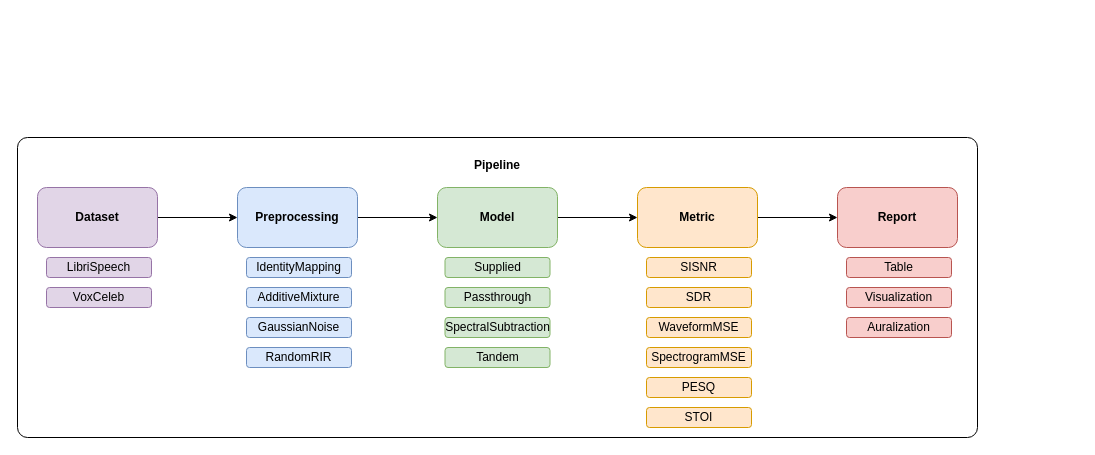
The draw.io diagram resources/speech-sep-eval.drawio in rasthh/speech-sep-eval, before the edit. Source tidied: cells renumbered, new cells numbered last; positions are measured from the earlier drawing's top-left corner, leaving out a move shared by most shapes. Both pictures are drawn from the tidied source at 100%, with x=0, y=0 at pixel (17, 137).
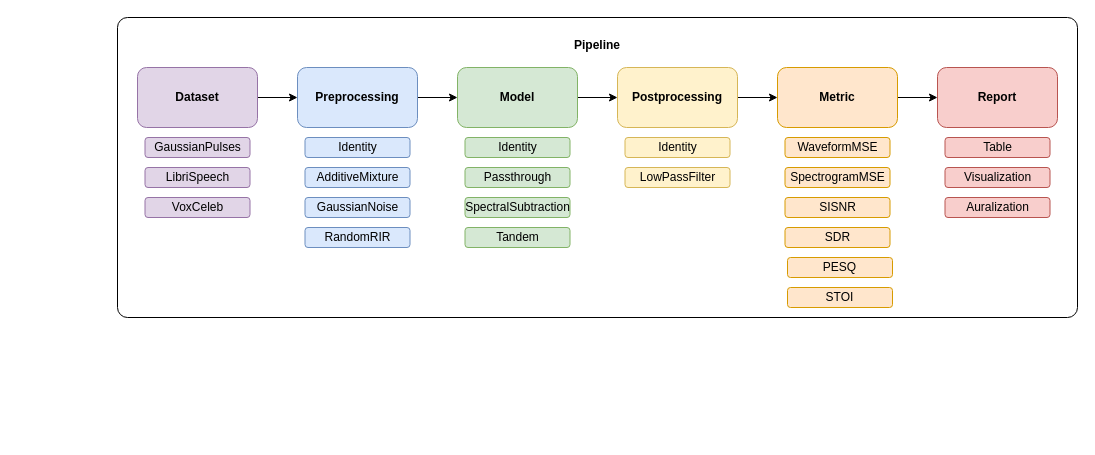
Above is the later version.

The edit, as a diff of the source:
```diff
@@
     <mxCell id="2" value="&lt;div&gt;&lt;b&gt;Pipeline&lt;br&gt;&lt;/b&gt;&lt;/div&gt;&lt;div&gt;&lt;br&gt;&lt;/div&gt;&lt;div&gt;&lt;br&gt;&lt;/div&gt;&lt;div&gt;&lt;br&gt;&lt;/div&gt;&lt;div&gt;&lt;br&gt;&lt;/div&gt;&lt;div&gt;&lt;br&gt;&lt;/div&gt;&lt;div&gt;&lt;br&gt;&lt;/div&gt;&lt;div&gt;&lt;br&gt;&lt;/div&gt;&lt;div&gt;&lt;br&gt;&lt;/div&gt;&lt;div&gt;&lt;br&gt;&lt;/div&gt;&lt;div&gt;&lt;br&gt;&lt;/div&gt;&lt;div&gt;&lt;br&gt;&lt;/div&gt;&lt;div&gt;&lt;br&gt;&lt;/div&gt;&lt;div&gt;&lt;br&gt;&lt;/div&gt;&lt;div&gt;&lt;br&gt;&lt;/div&gt;&lt;div&gt;&lt;br&gt;&lt;/div&gt;&lt;div&gt;&lt;br&gt;&lt;/div&gt;&lt;div&gt;&lt;br&gt;&lt;b&gt;&lt;/b&gt;&lt;/div&gt;" style="rounded=1;whiteSpace=wrap;html=1;fillOpacity=100;absoluteArcSize=1;fillColor=none;" parent="1" vertex="1">
-      <mxGeometry width="960" height="300" as="geometry" />
+      <mxGeometry x="100" y="-120" width="960" height="300" as="geometry" />
     </mxCell>
@@
     <mxCell id="4" value="&lt;b&gt;Dataset&lt;/b&gt;" style="rounded=1;whiteSpace=wrap;html=1;fillColor=#e1d5e7;strokeColor=#9673a6;" parent="1" vertex="1">
-      <mxGeometry x="20" y="50" width="120" height="60" as="geometry" />
+      <mxGeometry x="120" y="-70" width="120" height="60" as="geometry" />
     </mxCell>
@@
     <mxCell id="6" value="&lt;b&gt;Preprocessing&lt;/b&gt;" style="rounded=1;whiteSpace=wrap;html=1;fillColor=#dae8fc;strokeColor=#6c8ebf;" parent="1" vertex="1">
-      <mxGeometry x="220" y="50" width="120" height="60" as="geometry" />
+      <mxGeometry x="280" y="-70" width="120" height="60" as="geometry" />
     </mxCell>
-    <mxCell id="7" style="edgeStyle=orthogonalEdgeStyle;rounded=0;jettySize=auto;html=1;" parent="1" edge="1" source="8" target="10">
-      <mxGeometry relative="1" as="geometry" />
-    </mxCell>
+    <mxCell id="31" style="edgeStyle=orthogonalEdgeStyle;rounded=0;jettySize=auto;html=1;" parent="1" edge="1" source="8" target="33">
+      <mxGeometry relative="1" as="geometry" />
+    </mxCell>
     <mxCell id="8" value="&lt;b&gt;Model&lt;/b&gt;" style="rounded=1;whiteSpace=wrap;html=1;fillColor=#d5e8d4;strokeColor=#82b366;" parent="1" vertex="1">
-      <mxGeometry x="420" y="50" width="120" height="60" as="geometry" />
+      <mxGeometry x="440" y="-70" width="120" height="60" as="geometry" />
     </mxCell>
@@
     <mxCell id="10" value="&lt;b&gt;Metric&lt;/b&gt;" style="rounded=1;whiteSpace=wrap;html=1;fillColor=#ffe6cc;strokeColor=#d79b00;" parent="1" vertex="1">
-      <mxGeometry x="620" y="50" width="120" height="60" as="geometry" />
+      <mxGeometry x="760" y="-70" width="120" height="60" as="geometry" />
     </mxCell>
     <mxCell id="11" value="&lt;b&gt;Report&lt;/b&gt;" style="rounded=1;whiteSpace=wrap;html=1;fillColor=#f8cecc;strokeColor=#b85450;" parent="1" vertex="1">
-      <mxGeometry x="820" y="50" width="120" height="60" as="geometry" />
+      <mxGeometry x="920" y="-70" width="120" height="60" as="geometry" />
     </mxCell>
     <mxCell id="12" value="LibriSpeech" style="rounded=1;whiteSpace=wrap;html=1;fillColor=#e1d5e7;strokeColor=#9673a6;" parent="1" vertex="1">
-      <mxGeometry x="29" y="120" width="105" height="20" as="geometry" />
+      <mxGeometry x="127.5" y="30" width="105" height="20" as="geometry" />
     </mxCell>
     <mxCell id="13" value="VoxCeleb" style="rounded=1;whiteSpace=wrap;html=1;fillColor=#e1d5e7;strokeColor=#9673a6;" parent="1" vertex="1">
-      <mxGeometry x="29" y="150" width="105" height="20" as="geometry" />
+      <mxGeometry x="127.5" y="60" width="105" height="20" as="geometry" />
     </mxCell>
-    <mxCell id="14" value="IdentityMapping" style="rounded=1;whiteSpace=wrap;html=1;fillColor=#dae8fc;strokeColor=#6c8ebf;" parent="1" vertex="1">
-      <mxGeometry x="229" y="120" width="105" height="20" as="geometry" />
+    <mxCell id="14" value="Identity" style="rounded=1;whiteSpace=wrap;html=1;fillColor=#dae8fc;strokeColor=#6c8ebf;" parent="1" vertex="1">
+      <mxGeometry x="287.5" width="105" height="20" as="geometry" />
     </mxCell>
     <mxCell id="15" value="AdditiveMixture" style="rounded=1;whiteSpace=wrap;html=1;fillColor=#dae8fc;strokeColor=#6c8ebf;" parent="1" vertex="1">
-      <mxGeometry x="229" y="150" width="105" height="20" as="geometry" />
+      <mxGeometry x="287.5" y="30" width="105" height="20" as="geometry" />
     </mxCell>
     <mxCell id="16" value="GaussianNoise" style="rounded=1;whiteSpace=wrap;html=1;fillColor=#dae8fc;strokeColor=#6c8ebf;" parent="1" vertex="1">
-      <mxGeometry x="229" y="180" width="105" height="20" as="geometry" />
+      <mxGeometry x="287.5" y="60" width="105" height="20" as="geometry" />
     </mxCell>
     <mxCell id="17" value="RandomRIR" style="rounded=1;whiteSpace=wrap;html=1;fillColor=#dae8fc;strokeColor=#6c8ebf;" parent="1" vertex="1">
-      <mxGeometry x="229" y="210" width="105" height="20" as="geometry" />
+      <mxGeometry x="287.5" y="90" width="105" height="20" as="geometry" />
     </mxCell>
     <mxCell id="18" value="SISNR" style="rounded=1;whiteSpace=wrap;html=1;fillColor=#ffe6cc;strokeColor=#d79b00;" parent="1" vertex="1">
-      <mxGeometry x="629" y="120" width="105" height="20" as="geometry" />
+      <mxGeometry x="767.5" y="60" width="105" height="20" as="geometry" />
     </mxCell>
     <mxCell id="19" value="SDR" style="rounded=1;whiteSpace=wrap;html=1;fillColor=#ffe6cc;strokeColor=#d79b00;" parent="1" vertex="1">
-      <mxGeometry x="629" y="150" width="105" height="20" as="geometry" />
+      <mxGeometry x="767.5" y="90" width="105" height="20" as="geometry" />
     </mxCell>
     <mxCell id="20" value="WaveformMSE" style="rounded=1;whiteSpace=wrap;html=1;fillColor=#ffe6cc;strokeColor=#d79b00;" parent="1" vertex="1">
-      <mxGeometry x="629" y="180" width="105" height="20" as="geometry" />
+      <mxGeometry x="767.5" width="105" height="20" as="geometry" />
     </mxCell>
     <mxCell id="21" value="SpectrogramMSE" style="rounded=1;whiteSpace=wrap;html=1;fillColor=#ffe6cc;strokeColor=#d79b00;" parent="1" vertex="1">
-      <mxGeometry x="629" y="210" width="105" height="20" as="geometry" />
+      <mxGeometry x="767.5" y="30" width="105" height="20" as="geometry" />
     </mxCell>
     <mxCell id="22" value="PESQ" style="rounded=1;whiteSpace=wrap;html=1;fillColor=#ffe6cc;strokeColor=#d79b00;" parent="1" vertex="1">
-      <mxGeometry x="629" y="240" width="105" height="20" as="geometry" />
+      <mxGeometry x="770" y="120" width="105" height="20" as="geometry" />
     </mxCell>
     <mxCell id="23" value="STOI" style="rounded=1;whiteSpace=wrap;html=1;fillColor=#ffe6cc;strokeColor=#d79b00;" parent="1" vertex="1">
-      <mxGeometry x="629" y="270" width="105" height="20" as="geometry" />
+      <mxGeometry x="770" y="150" width="105" height="20" as="geometry" />
     </mxCell>
     <mxCell id="24" value="Table" style="rounded=1;whiteSpace=wrap;html=1;fillColor=#f8cecc;strokeColor=#b85450;" parent="1" vertex="1">
-      <mxGeometry x="829" y="120" width="105" height="20" as="geometry" />
+      <mxGeometry x="927.5" width="105" height="20" as="geometry" />
     </mxCell>
     <mxCell id="25" value="Visualization" style="rounded=1;whiteSpace=wrap;html=1;fillColor=#f8cecc;strokeColor=#b85450;" parent="1" vertex="1">
-      <mxGeometry x="829" y="150" width="105" height="20" as="geometry" />
+      <mxGeometry x="927.5" y="30" width="105" height="20" as="geometry" />
     </mxCell>
     <mxCell id="26" value="Auralization" style="rounded=1;whiteSpace=wrap;html=1;fillColor=#f8cecc;strokeColor=#b85450;" parent="1" vertex="1">
-      <mxGeometry x="829" y="180" width="105" height="20" as="geometry" />
+      <mxGeometry x="927.5" y="60" width="105" height="20" as="geometry" />
     </mxCell>
-    <mxCell id="27" value="Supplied" style="rounded=1;whiteSpace=wrap;html=1;fillColor=#d5e8d4;strokeColor=#82b366;" parent="1" vertex="1">
-      <mxGeometry x="427.5" y="120" width="105" height="20" as="geometry" />
+    <mxCell id="27" value="Identity" style="rounded=1;whiteSpace=wrap;html=1;fillColor=#d5e8d4;strokeColor=#82b366;" parent="1" vertex="1">
+      <mxGeometry x="447.5" width="105" height="20" as="geometry" />
     </mxCell>
     <mxCell id="28" value="Passthrough" style="rounded=1;whiteSpace=wrap;html=1;fillColor=#d5e8d4;strokeColor=#82b366;" parent="1" vertex="1">
-      <mxGeometry x="427.5" y="150" width="105" height="20" as="geometry" />
+      <mxGeometry x="447.5" y="30" width="105" height="20" as="geometry" />
     </mxCell>
     <mxCell id="29" value="SpectralSubtraction" style="rounded=1;whiteSpace=wrap;html=1;fillColor=#d5e8d4;strokeColor=#82b366;" parent="1" vertex="1">
-      <mxGeometry x="427.5" y="180" width="105" height="20" as="geometry" />
+      <mxGeometry x="447.5" y="60" width="105" height="20" as="geometry" />
     </mxCell>
     <mxCell id="30" value="Tandem" style="rounded=1;whiteSpace=wrap;html=1;fillColor=#d5e8d4;strokeColor=#82b366;" parent="1" vertex="1">
-      <mxGeometry x="427.5" y="210" width="105" height="20" as="geometry" />
+      <mxGeometry x="447.5" y="90" width="105" height="20" as="geometry" />
     </mxCell>
+    <mxCell id="32" style="edgeStyle=orthogonalEdgeStyle;rounded=0;jettySize=auto;html=1;exitX=1;exitY=0.5;exitDx=0;exitDy=0;entryX=0;entryY=0.5;entryDx=0;entryDy=0;" parent="1" edge="1" source="33" target="10">
+      <mxGeometry relative="1" as="geometry" />
+    </mxCell>
+    <mxCell id="33" value="&lt;b&gt;Postprocessing&lt;/b&gt;" style="rounded=1;whiteSpace=wrap;html=1;fillColor=#fff2cc;strokeColor=#d6b656;" parent="1" vertex="1">
+      <mxGeometry x="600" y="-70" width="120" height="60" as="geometry" />
+    </mxCell>
+    <mxCell id="34" value="Identity" style="rounded=1;whiteSpace=wrap;html=1;fillColor=#fff2cc;strokeColor=#d6b656;" parent="1" vertex="1">
+      <mxGeometry x="607.5" width="105" height="20" as="geometry" />
+    </mxCell>
+    <mxCell id="35" value="LowPassFilter" style="rounded=1;whiteSpace=wrap;html=1;fillColor=#fff2cc;strokeColor=#d6b656;" parent="1" vertex="1">
+      <mxGeometry x="607.5" y="30" width="105" height="20" as="geometry" />
+    </mxCell>
+    <mxCell id="36" value="GaussianPulses" style="rounded=1;whiteSpace=wrap;html=1;fillColor=#e1d5e7;strokeColor=#9673a6;" parent="1" vertex="1">
+      <mxGeometry x="127.5" width="105" height="20" as="geometry" />
+    </mxCell>
```
